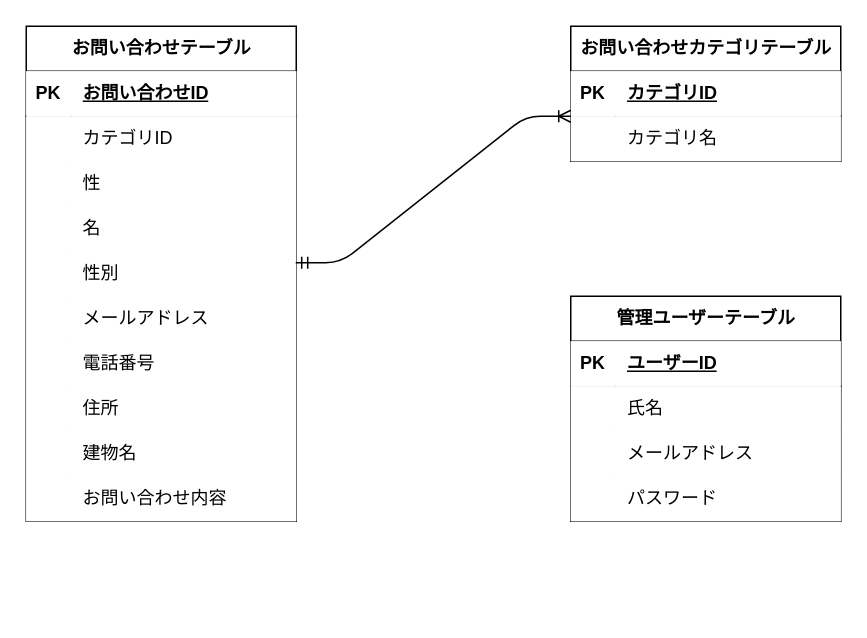
Earlier version of the draw.io diagram src/design/er_diagram.drawio (hisano-satomi/contact-form). Source tidied: cells renumbered, new cells numbered last; positions are measured from the earlier drawing's top-left corner, leaving out a move shared by most shapes. Both pictures are drawn from the tidied source at 150%, with x=0, y=0 at pixel (26, 26).
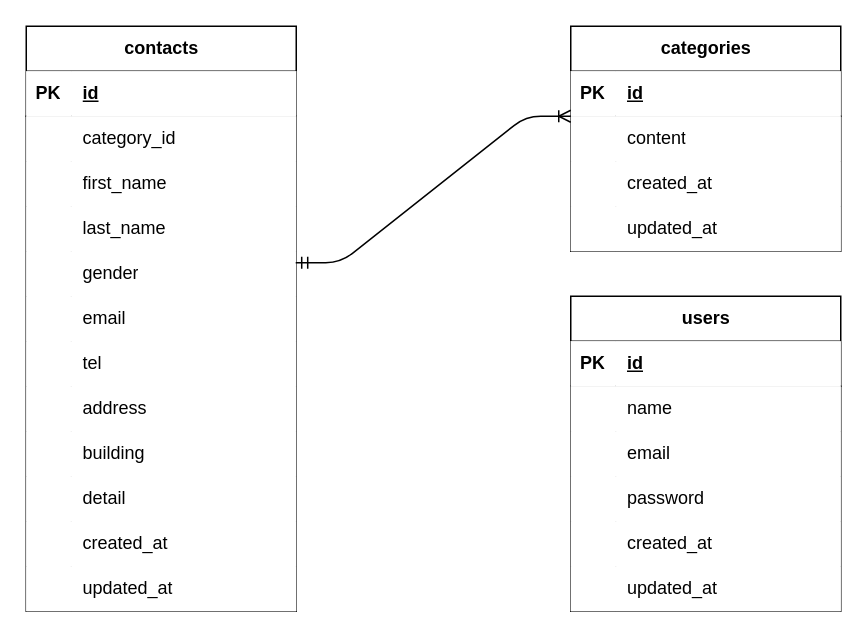
Above is the later version.

Unchanged cells that the change refers to:
```xml
<mxCell id="3" style="shape=tableRow;horizontal=0;startSize=0;swimlaneHead=0;swimlaneBody=0;top=0;left=0;right=0;bottom=1;" parent="2" vertex="1">
  <mxGeometry y="30" width="180" height="30" as="geometry" />
</mxCell>
<mxCell id="6" style="shape=tableRow;horizontal=0;startSize=0;swimlaneHead=0;swimlaneBody=0;top=0;left=0;right=0;bottom=0;" parent="2" vertex="1">
  <mxGeometry y="60" width="180" height="30" as="geometry" />
</mxCell>
<mxCell id="9" style="shape=tableRow;horizontal=0;startSize=0;swimlaneHead=0;swimlaneBody=0;top=0;left=0;right=0;bottom=0;" parent="2" vertex="1">
  <mxGeometry y="90" width="180" height="30" as="geometry" />
</mxCell>
<mxCell id="12" style="shape=tableRow;horizontal=0;startSize=0;swimlaneHead=0;swimlaneBody=0;top=0;left=0;right=0;bottom=0;" parent="2" vertex="1">
  <mxGeometry y="120" width="180" height="30" as="geometry" />
</mxCell>
<mxCell id="15" style="shape=tableRow;horizontal=0;startSize=0;swimlaneHead=0;swimlaneBody=0;points=[[0,0.5],[1,0.5]];portConstraint=eastwest;top=0;left=0;right=0;bottom=0;" parent="2" vertex="1">
  <mxGeometry y="150" width="180" height="30" as="geometry" />
</mxCell>
<mxCell id="18" style="shape=tableRow;horizontal=0;startSize=0;swimlaneHead=0;swimlaneBody=0;top=0;left=0;right=0;bottom=0;" parent="2" vertex="1">
  <mxGeometry y="180" width="180" height="30" as="geometry" />
</mxCell>
<mxCell id="21" style="shape=tableRow;horizontal=0;startSize=0;swimlaneHead=0;swimlaneBody=0;top=0;left=0;right=0;bottom=0;" parent="2" vertex="1">
  <mxGeometry y="210" width="180" height="30" as="geometry" />
</mxCell>
<mxCell id="24" style="shape=tableRow;horizontal=0;startSize=0;swimlaneHead=0;swimlaneBody=0;top=0;left=0;right=0;bottom=0;" parent="2" vertex="1">
  <mxGeometry y="240" width="180" height="30" as="geometry" />
</mxCell>
<mxCell id="27" style="shape=tableRow;horizontal=0;startSize=0;swimlaneHead=0;swimlaneBody=0;top=0;left=0;right=0;bottom=0;" parent="2" vertex="1">
  <mxGeometry y="270" width="180" height="30" as="geometry" />
</mxCell>
<mxCell id="34" style="shape=tableRow;horizontal=0;startSize=0;swimlaneHead=0;swimlaneBody=0;top=0;left=0;right=0;bottom=1;" parent="33" vertex="1">
  <mxGeometry y="30" width="180" height="30" as="geometry" />
</mxCell>
<mxCell id="37" style="shape=tableRow;horizontal=0;startSize=0;swimlaneHead=0;swimlaneBody=0;points=[[0,0.5],[1,0.5]];portConstraint=eastwest;top=0;left=0;right=0;bottom=0;" parent="33" vertex="1">
  <mxGeometry y="60" width="180" height="30" as="geometry" />
</mxCell>
<mxCell id="41" style="shape=tableRow;horizontal=0;startSize=0;swimlaneHead=0;swimlaneBody=0;top=0;left=0;right=0;bottom=1;" parent="40" vertex="1">
  <mxGeometry y="30" width="180" height="30" as="geometry" />
</mxCell>
<mxCell id="44" style="shape=tableRow;horizontal=0;startSize=0;swimlaneHead=0;swimlaneBody=0;top=0;left=0;right=0;bottom=0;" parent="40" vertex="1">
  <mxGeometry y="60" width="180" height="30" as="geometry" />
</mxCell>
<mxCell id="47" style="shape=tableRow;horizontal=0;startSize=0;swimlaneHead=0;swimlaneBody=0;top=0;left=0;right=0;bottom=0;" parent="40" vertex="1">
  <mxGeometry y="90" width="180" height="30" as="geometry" />
</mxCell>
<mxCell id="50" style="shape=tableRow;horizontal=0;startSize=0;swimlaneHead=0;swimlaneBody=0;top=0;left=0;right=0;bottom=0;" parent="40" vertex="1">
  <mxGeometry y="120" width="180" height="30" as="geometry" />
</mxCell>
```

What changed in the source:
```diff
@@
-    <mxCell id="2" value="&lt;span class=&quot;notion-enable-hover&quot;&gt;お問い合わせテーブル&lt;/span&gt;" style="shape=table;startSize=30;childLayout=tableLayout;rowLines=0;fontStyle=1;align=center;html=1;" parent="1" vertex="1">
-      <mxGeometry width="180" height="330" as="geometry" />
+    <mxCell id="2" value="&lt;span class=&quot;notion-enable-hover&quot;&gt;contacts&lt;/span&gt;" style="shape=table;startSize=30;childLayout=tableLayout;rowLines=0;fontStyle=1;align=center;html=1;" parent="1" vertex="1">
+      <mxGeometry width="180" height="390" as="geometry" />
     </mxCell>
@@
-    <mxCell id="5" value="お問い合わせID" style="shape=partialRectangle;top=0;left=0;bottom=0;right=0;align=left;spacingLeft=6;fontStyle=5;overflow=hidden;whiteSpace=wrap;html=1;" parent="3" vertex="1">
+    <mxCell id="5" value="id" style="shape=partialRectangle;top=0;left=0;bottom=0;right=0;align=left;spacingLeft=6;fontStyle=5;overflow=hidden;whiteSpace=wrap;html=1;" parent="3" vertex="1">
       <mxGeometry x="30" width="150" height="30" as="geometry" />
     </mxCell>
@@
-    <mxCell id="8" value="カテゴリID" style="shape=partialRectangle;top=0;left=0;bottom=0;right=0;align=left;spacingLeft=6;overflow=hidden;whiteSpace=wrap;html=1;" parent="6" vertex="1">
+    <mxCell id="8" value="category_id" style="shape=partialRectangle;top=0;left=0;bottom=0;right=0;align=left;spacingLeft=6;overflow=hidden;whiteSpace=wrap;html=1;" parent="6" vertex="1">
       <mxGeometry x="30" width="150" height="30" as="geometry" />
     </mxCell>
@@
-    <mxCell id="11" value="性" style="shape=partialRectangle;top=0;left=0;bottom=0;right=0;align=left;spacingLeft=6;overflow=hidden;whiteSpace=wrap;html=1;" parent="9" vertex="1">
+    <mxCell id="11" value="first_name" style="shape=partialRectangle;top=0;left=0;bottom=0;right=0;align=left;spacingLeft=6;overflow=hidden;whiteSpace=wrap;html=1;" parent="9" vertex="1">
       <mxGeometry x="30" width="150" height="30" as="geometry" />
     </mxCell>
@@
-    <mxCell id="14" value="名" style="shape=partialRectangle;top=0;left=0;bottom=0;right=0;align=left;spacingLeft=6;overflow=hidden;whiteSpace=wrap;html=1;" parent="12" vertex="1">
+    <mxCell id="14" value="last_name" style="shape=partialRectangle;top=0;left=0;bottom=0;right=0;align=left;spacingLeft=6;overflow=hidden;whiteSpace=wrap;html=1;" parent="12" vertex="1">
       <mxGeometry x="30" width="150" height="30" as="geometry" />
     </mxCell>
@@
-    <mxCell id="17" value="性別" style="shape=partialRectangle;top=0;left=0;bottom=0;right=0;align=left;spacingLeft=6;overflow=hidden;whiteSpace=wrap;html=1;" parent="15" vertex="1">
+    <mxCell id="17" value="gender" style="shape=partialRectangle;top=0;left=0;bottom=0;right=0;align=left;spacingLeft=6;overflow=hidden;whiteSpace=wrap;html=1;" parent="15" vertex="1">
       <mxGeometry x="30" width="150" height="30" as="geometry" />
     </mxCell>
@@
-    <mxCell id="20" value="メールアドレス" style="shape=partialRectangle;top=0;left=0;bottom=0;right=0;align=left;spacingLeft=6;overflow=hidden;whiteSpace=wrap;html=1;" parent="18" vertex="1">
+    <mxCell id="20" value="email" style="shape=partialRectangle;top=0;left=0;bottom=0;right=0;align=left;spacingLeft=6;overflow=hidden;whiteSpace=wrap;html=1;" parent="18" vertex="1">
       <mxGeometry x="30" width="150" height="30" as="geometry" />
     </mxCell>
@@
-    <mxCell id="23" value="電話番号" style="shape=partialRectangle;top=0;left=0;bottom=0;right=0;align=left;spacingLeft=6;overflow=hidden;whiteSpace=wrap;html=1;" parent="21" vertex="1">
+    <mxCell id="23" value="tel" style="shape=partialRectangle;top=0;left=0;bottom=0;right=0;align=left;spacingLeft=6;overflow=hidden;whiteSpace=wrap;html=1;" parent="21" vertex="1">
       <mxGeometry x="30" width="150" height="30" as="geometry" />
     </mxCell>
@@
-    <mxCell id="26" value="住所" style="shape=partialRectangle;top=0;left=0;bottom=0;right=0;align=left;spacingLeft=6;overflow=hidden;whiteSpace=wrap;html=1;" parent="24" vertex="1">
+    <mxCell id="26" value="address" style="shape=partialRectangle;top=0;left=0;bottom=0;right=0;align=left;spacingLeft=6;overflow=hidden;whiteSpace=wrap;html=1;" parent="24" vertex="1">
       <mxGeometry x="30" width="150" height="30" as="geometry" />
     </mxCell>
@@
-    <mxCell id="29" value="建物名" style="shape=partialRectangle;top=0;left=0;bottom=0;right=0;align=left;spacingLeft=6;overflow=hidden;whiteSpace=wrap;html=1;" parent="27" vertex="1">
+    <mxCell id="29" value="building" style="shape=partialRectangle;top=0;left=0;bottom=0;right=0;align=left;spacingLeft=6;overflow=hidden;whiteSpace=wrap;html=1;" parent="27" vertex="1">
       <mxGeometry x="30" width="150" height="30" as="geometry" />
     </mxCell>
+    <mxCell id="54" style="shape=tableRow;horizontal=0;startSize=0;swimlaneHead=0;swimlaneBody=0;top=0;left=0;right=0;bottom=0;" parent="2" vertex="1">
+      <mxGeometry y="300" width="180" height="30" as="geometry" />
+    </mxCell>
+    <mxCell id="55" style="shape=partialRectangle;top=0;left=0;bottom=0;right=0;overflow=hidden;whiteSpace=wrap;html=1;" parent="54" vertex="1">
+      <mxGeometry width="30" height="30" as="geometry" />
+    </mxCell>
+    <mxCell id="56" value="detail" style="shape=partialRectangle;top=0;left=0;bottom=0;right=0;align=left;spacingLeft=6;overflow=hidden;whiteSpace=wrap;html=1;" parent="54" vertex="1">
+      <mxGeometry x="30" width="150" height="30" as="geometry" />
+    </mxCell>
+    <mxCell id="57" style="shape=tableRow;horizontal=0;startSize=0;swimlaneHead=0;swimlaneBody=0;top=0;left=0;right=0;bottom=0;" parent="2" vertex="1">
+      <mxGeometry y="330" width="180" height="30" as="geometry" />
+    </mxCell>
+    <mxCell id="58" style="shape=partialRectangle;top=0;left=0;bottom=0;right=0;overflow=hidden;whiteSpace=wrap;html=1;" parent="57" vertex="1">
+      <mxGeometry width="30" height="30" as="geometry" />
+    </mxCell>
+    <mxCell id="59" value="created_at" style="shape=partialRectangle;top=0;left=0;bottom=0;right=0;align=left;spacingLeft=6;overflow=hidden;whiteSpace=wrap;html=1;" parent="57" vertex="1">
+      <mxGeometry x="30" width="150" height="30" as="geometry" />
+    </mxCell>
     <mxCell id="30" style="shape=tableRow;horizontal=0;startSize=0;swimlaneHead=0;swimlaneBody=0;top=0;left=0;right=0;bottom=0;" parent="2" vertex="1">
-      <mxGeometry y="300" width="180" height="30" as="geometry" />
+      <mxGeometry y="360" width="180" height="30" as="geometry" />
     </mxCell>
@@
-    <mxCell id="32" value="お問い合わせ内容" style="shape=partialRectangle;top=0;left=0;bottom=0;right=0;align=left;spacingLeft=6;overflow=hidden;whiteSpace=wrap;html=1;" parent="30" vertex="1">
+    <mxCell id="32" value="updated_at" style="shape=partialRectangle;top=0;left=0;bottom=0;right=0;align=left;spacingLeft=6;overflow=hidden;whiteSpace=wrap;html=1;" parent="30" vertex="1">
       <mxGeometry x="30" width="150" height="30" as="geometry" />
     </mxCell>
-    <mxCell id="33" value="&lt;span class=&quot;notion-enable-hover&quot;&gt;お問い合わせカテゴリテーブル&lt;/span&gt;" style="shape=table;startSize=30;childLayout=tableLayout;rowLines=0;fontStyle=1;align=center;html=1;" parent="1" vertex="1">
-      <mxGeometry x="363" width="180" height="90" as="geometry" />
+    <mxCell id="33" value="&lt;span class=&quot;notion-enable-hover&quot;&gt;categories&lt;/span&gt;" style="shape=table;startSize=30;childLayout=tableLayout;rowLines=0;fontStyle=1;align=center;html=1;" parent="1" vertex="1">
+      <mxGeometry x="363" width="180" height="150" as="geometry" />
     </mxCell>
@@
-    <mxCell id="36" value="カテゴリID" style="shape=partialRectangle;top=0;left=0;bottom=0;right=0;align=left;spacingLeft=6;fontStyle=5;overflow=hidden;whiteSpace=wrap;html=1;" parent="34" vertex="1">
+    <mxCell id="36" value="id" style="shape=partialRectangle;top=0;left=0;bottom=0;right=0;align=left;spacingLeft=6;fontStyle=5;overflow=hidden;whiteSpace=wrap;html=1;" parent="34" vertex="1">
       <mxGeometry x="30" width="150" height="30" as="geometry" />
     </mxCell>
@@
-    <mxCell id="39" value="カテゴリ名" style="shape=partialRectangle;top=0;left=0;bottom=0;right=0;align=left;spacingLeft=6;overflow=hidden;whiteSpace=wrap;html=1;" parent="37" vertex="1">
+    <mxCell id="39" value="content" style="shape=partialRectangle;top=0;left=0;bottom=0;right=0;align=left;spacingLeft=6;overflow=hidden;whiteSpace=wrap;html=1;" parent="37" vertex="1">
       <mxGeometry x="30" width="150" height="30" as="geometry" />
     </mxCell>
+    <mxCell id="60" style="shape=tableRow;horizontal=0;startSize=0;swimlaneHead=0;swimlaneBody=0;top=0;left=0;right=0;bottom=0;" parent="33" vertex="1">
+      <mxGeometry y="90" width="180" height="30" as="geometry" />
+    </mxCell>
+    <mxCell id="61" style="shape=partialRectangle;top=0;left=0;bottom=0;right=0;overflow=hidden;whiteSpace=wrap;html=1;" parent="60" vertex="1">
+      <mxGeometry width="30" height="30" as="geometry" />
+    </mxCell>
+    <mxCell id="62" value="created_at" style="shape=partialRectangle;top=0;left=0;bottom=0;right=0;align=left;spacingLeft=6;overflow=hidden;whiteSpace=wrap;html=1;" parent="60" vertex="1">
+      <mxGeometry x="30" width="150" height="30" as="geometry" />
+    </mxCell>
+    <mxCell id="63" style="shape=tableRow;horizontal=0;startSize=0;swimlaneHead=0;swimlaneBody=0;top=0;left=0;right=0;bottom=0;" parent="33" vertex="1">
+      <mxGeometry y="120" width="180" height="30" as="geometry" />
+    </mxCell>
+    <mxCell id="64" style="shape=partialRectangle;top=0;left=0;bottom=0;right=0;overflow=hidden;whiteSpace=wrap;html=1;" parent="63" vertex="1">
+      <mxGeometry width="30" height="30" as="geometry" />
+    </mxCell>
+    <mxCell id="65" value="&lt;span style=&quot;color: rgb(0, 0, 0);&quot;&gt;updated_at&lt;/span&gt;" style="shape=partialRectangle;top=0;left=0;bottom=0;right=0;align=left;spacingLeft=6;overflow=hidden;whiteSpace=wrap;html=1;" parent="63" vertex="1">
+      <mxGeometry x="30" width="150" height="30" as="geometry" />
+    </mxCell>
-    <mxCell id="40" value="&lt;span class=&quot;notion-enable-hover&quot;&gt;管理ユーザーテーブル&lt;/span&gt;" style="shape=table;startSize=30;childLayout=tableLayout;rowLines=0;fontStyle=1;align=center;html=1;" parent="1" vertex="1">
-      <mxGeometry x="363" y="180" width="180" height="150" as="geometry" />
+    <mxCell id="40" value="&lt;span class=&quot;notion-enable-hover&quot;&gt;users&lt;/span&gt;" style="shape=table;startSize=30;childLayout=tableLayout;rowLines=0;fontStyle=1;align=center;html=1;" parent="1" vertex="1">
+      <mxGeometry x="363" y="180" width="180" height="210" as="geometry" />
     </mxCell>
@@
-    <mxCell id="43" value="ユーザーID" style="shape=partialRectangle;top=0;left=0;bottom=0;right=0;align=left;spacingLeft=6;fontStyle=5;overflow=hidden;whiteSpace=wrap;html=1;strokeWidth=1;strokeColor=inherit;" parent="41" vertex="1">
+    <mxCell id="43" value="id" style="shape=partialRectangle;top=0;left=0;bottom=0;right=0;align=left;spacingLeft=6;fontStyle=5;overflow=hidden;whiteSpace=wrap;html=1;strokeWidth=1;strokeColor=inherit;" parent="41" vertex="1">
       <mxGeometry x="30" width="150" height="30" as="geometry" />
     </mxCell>
@@
-    <mxCell id="46" value="氏名" style="shape=partialRectangle;top=0;left=0;bottom=0;right=0;align=left;spacingLeft=6;overflow=hidden;whiteSpace=wrap;html=1;" parent="44" vertex="1">
+    <mxCell id="46" value="name" style="shape=partialRectangle;top=0;left=0;bottom=0;right=0;align=left;spacingLeft=6;overflow=hidden;whiteSpace=wrap;html=1;" parent="44" vertex="1">
       <mxGeometry x="30" width="150" height="30" as="geometry" />
     </mxCell>
@@
-    <mxCell id="49" value="メールアドレス" style="shape=partialRectangle;top=0;left=0;bottom=0;right=0;align=left;spacingLeft=6;overflow=hidden;whiteSpace=wrap;html=1;" parent="47" vertex="1">
+    <mxCell id="49" value="email" style="shape=partialRectangle;top=0;left=0;bottom=0;right=0;align=left;spacingLeft=6;overflow=hidden;whiteSpace=wrap;html=1;" parent="47" vertex="1">
       <mxGeometry x="30" width="150" height="30" as="geometry" />
     </mxCell>
@@
-    <mxCell id="52" value="パスワード" style="shape=partialRectangle;top=0;left=0;bottom=0;right=0;align=left;spacingLeft=6;overflow=hidden;whiteSpace=wrap;html=1;" parent="50" vertex="1">
+    <mxCell id="52" value="password" style="shape=partialRectangle;top=0;left=0;bottom=0;right=0;align=left;spacingLeft=6;overflow=hidden;whiteSpace=wrap;html=1;" parent="50" vertex="1">
       <mxGeometry x="30" width="150" height="30" as="geometry" />
     </mxCell>
+    <mxCell id="66" style="shape=tableRow;horizontal=0;startSize=0;swimlaneHead=0;swimlaneBody=0;top=0;left=0;right=0;bottom=0;" parent="40" vertex="1">
+      <mxGeometry y="150" width="180" height="30" as="geometry" />
+    </mxCell>
+    <mxCell id="67" style="shape=partialRectangle;top=0;left=0;bottom=0;right=0;overflow=hidden;whiteSpace=wrap;html=1;" parent="66" vertex="1">
+      <mxGeometry width="30" height="30" as="geometry" />
+    </mxCell>
+    <mxCell id="68" value="&lt;span style=&quot;color: rgb(0, 0, 0);&quot;&gt;created_at&lt;/span&gt;" style="shape=partialRectangle;top=0;left=0;bottom=0;right=0;align=left;spacingLeft=6;overflow=hidden;whiteSpace=wrap;html=1;" parent="66" vertex="1">
+      <mxGeometry x="30" width="150" height="30" as="geometry" />
+    </mxCell>
+    <mxCell id="69" style="shape=tableRow;horizontal=0;startSize=0;swimlaneHead=0;swimlaneBody=0;top=0;left=0;right=0;bottom=0;" parent="40" vertex="1">
+      <mxGeometry y="180" width="180" height="30" as="geometry" />
+    </mxCell>
+    <mxCell id="70" style="shape=partialRectangle;top=0;left=0;bottom=0;right=0;overflow=hidden;whiteSpace=wrap;html=1;" parent="69" vertex="1">
+      <mxGeometry width="30" height="30" as="geometry" />
+    </mxCell>
+    <mxCell id="71" value="&lt;span style=&quot;color: rgb(0, 0, 0);&quot;&gt;updated_at&lt;/span&gt;" style="shape=partialRectangle;top=0;left=0;bottom=0;right=0;align=left;spacingLeft=6;overflow=hidden;whiteSpace=wrap;html=1;" parent="69" vertex="1">
+      <mxGeometry x="30" width="150" height="30" as="geometry" />
+    </mxCell>
```
